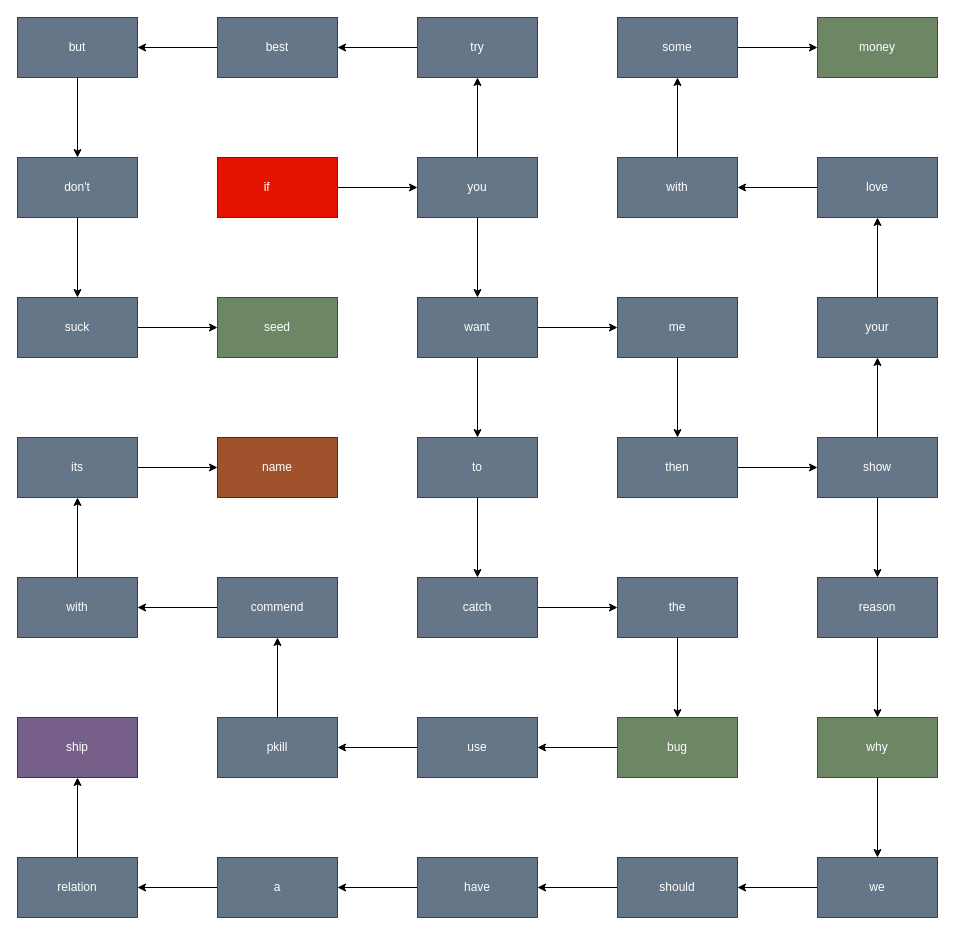
Earlier version of the draw.io diagram utils/level3.drawio (rhycha/G_A-SE_Project-Posixion). Source tidied: cells renumbered, new cells numbered last; positions are measured from the earlier drawing's top-left corner, leaving out a move shared by most shapes. Both pictures are drawn from the tidied source at 100%, with x=0, y=0 at pixel (17, 17).
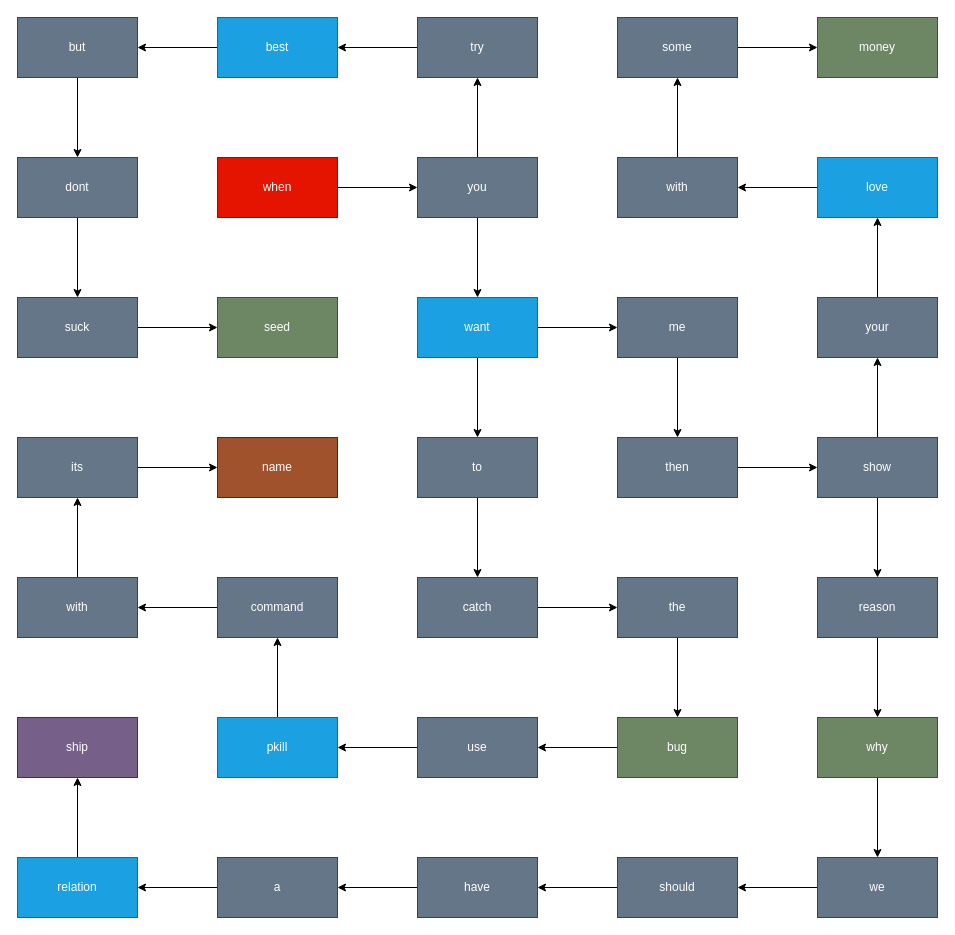
After the change.

Change to the diagram source:
```diff
@@
-    <mxCell id="3" value="if&lt;span style=&quot;white-space: pre;&quot;&gt;&#9;&lt;/span&gt;" style="rounded=0;whiteSpace=wrap;html=1;fillColor=#e51400;fontColor=#ffffff;strokeColor=#B20000;" parent="1" vertex="1">
+    <mxCell id="3" value="when" style="rounded=0;whiteSpace=wrap;html=1;fillColor=#e51400;fontColor=#ffffff;strokeColor=#B20000;" parent="1" vertex="1">
       <mxGeometry x="200" y="140" width="120" height="60" as="geometry" />
     </mxCell>
@@
-    <mxCell id="9" value="want" style="rounded=0;whiteSpace=wrap;html=1;fillColor=#647687;fontColor=#ffffff;strokeColor=#314354;" parent="1" vertex="1">
+    <mxCell id="9" value="want" style="rounded=0;whiteSpace=wrap;html=1;fillColor=#1ba1e2;fontColor=#ffffff;strokeColor=#006EAF;" parent="1" vertex="1">
       <mxGeometry x="400" y="280" width="120" height="60" as="geometry" />
     </mxCell>
@@
-    <mxCell id="26" value="&lt;div&gt;&lt;span style=&quot;background-color: initial;&quot;&gt;pkill&lt;/span&gt;&lt;br&gt;&lt;/div&gt;" style="rounded=0;whiteSpace=wrap;html=1;fillColor=#647687;fontColor=#ffffff;strokeColor=#314354;" parent="1" vertex="1">
+    <mxCell id="26" value="&lt;div&gt;&lt;span style=&quot;background-color: initial;&quot;&gt;pkill&lt;/span&gt;&lt;br&gt;&lt;/div&gt;" style="rounded=0;whiteSpace=wrap;html=1;fillColor=#1ba1e2;fontColor=#ffffff;strokeColor=#006EAF;" parent="1" vertex="1">
       <mxGeometry x="200" y="700" width="120" height="60" as="geometry" />
     </mxCell>
@@
-    <mxCell id="28" value="commend" style="rounded=0;whiteSpace=wrap;html=1;fillColor=#647687;fontColor=#ffffff;strokeColor=#314354;" parent="1" vertex="1">
+    <mxCell id="28" value="command" style="rounded=0;whiteSpace=wrap;html=1;fillColor=#647687;fontColor=#ffffff;strokeColor=#314354;" parent="1" vertex="1">
       <mxGeometry x="200" y="560" width="120" height="60" as="geometry" />
     </mxCell>
@@
-    <mxCell id="40" value="love" style="rounded=0;whiteSpace=wrap;html=1;fillColor=#647687;fontColor=#ffffff;strokeColor=#314354;" parent="1" vertex="1">
+    <mxCell id="40" value="love" style="rounded=0;whiteSpace=wrap;html=1;fillColor=#1ba1e2;fontColor=#ffffff;strokeColor=#006EAF;" parent="1" vertex="1">
       <mxGeometry x="800" y="140" width="120" height="60" as="geometry" />
     </mxCell>
@@
-    <mxCell id="49" value="best" style="rounded=0;whiteSpace=wrap;html=1;fillColor=#647687;fontColor=#ffffff;strokeColor=#314354;" parent="1" vertex="1">
+    <mxCell id="49" value="best" style="rounded=0;whiteSpace=wrap;html=1;fillColor=#1ba1e2;fontColor=#ffffff;strokeColor=#006EAF;" parent="1" vertex="1">
       <mxGeometry x="200" width="120" height="60" as="geometry" />
     </mxCell>
@@
-    <mxCell id="53" value="don't" style="rounded=0;whiteSpace=wrap;html=1;fillColor=#647687;fontColor=#ffffff;strokeColor=#314354;" parent="1" vertex="1">
+    <mxCell id="53" value="dont" style="rounded=0;whiteSpace=wrap;html=1;fillColor=#647687;fontColor=#ffffff;strokeColor=#314354;" parent="1" vertex="1">
       <mxGeometry y="140" width="120" height="60" as="geometry" />
     </mxCell>
@@
-    <mxCell id="69" value="relation" style="rounded=0;whiteSpace=wrap;html=1;fillColor=#647687;fontColor=#ffffff;strokeColor=#314354;" parent="1" vertex="1">
+    <mxCell id="69" value="relation" style="rounded=0;whiteSpace=wrap;html=1;fillColor=#1ba1e2;fontColor=#ffffff;strokeColor=#006EAF;" parent="1" vertex="1">
       <mxGeometry y="840" width="120" height="60" as="geometry" />
     </mxCell>
```
